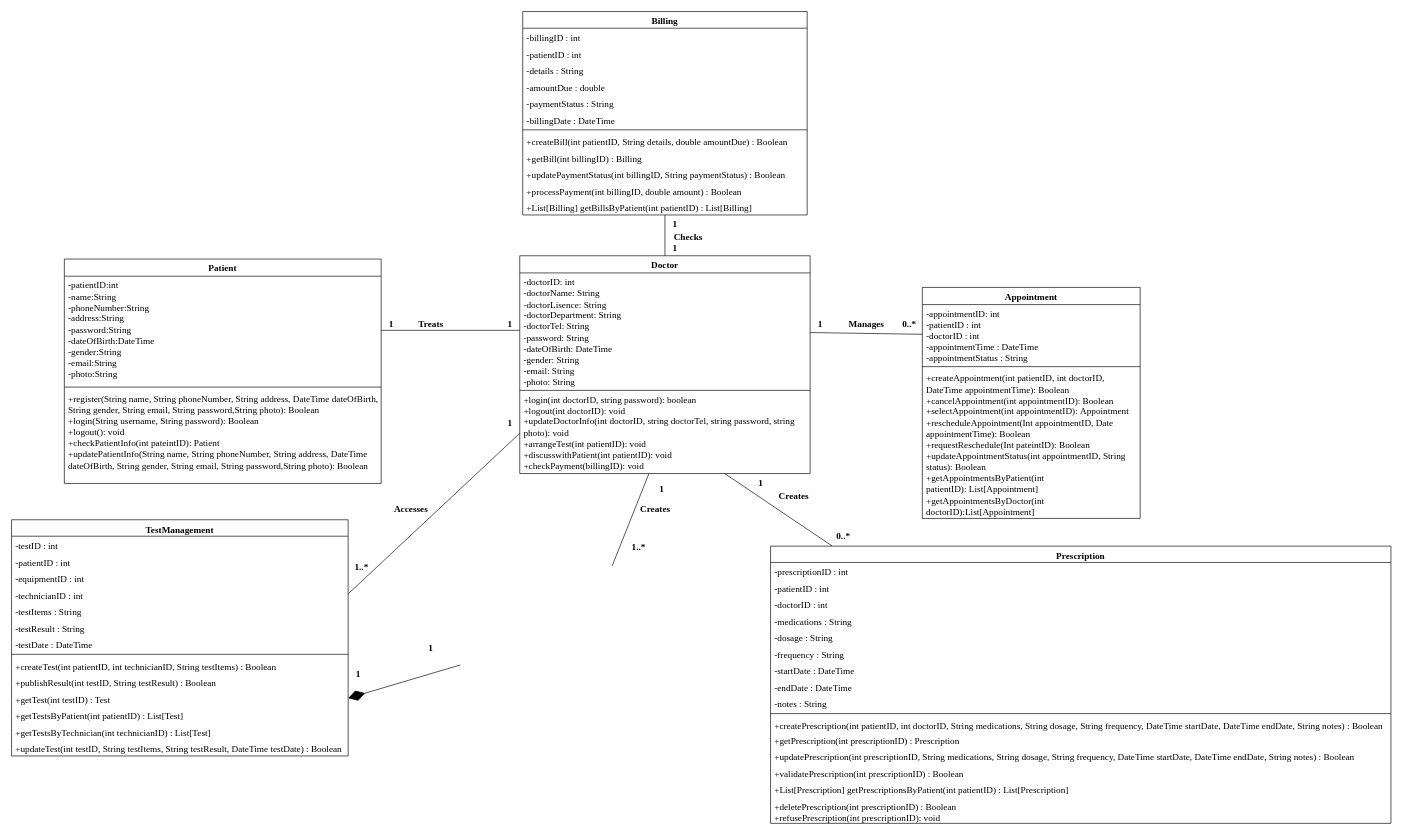
Earlier version of the draw.io diagram Class Diagram_Doctor.drawio (FOMOKN/Software-Engineering). Source tidied: cells renumbered, new cells numbered last; positions are measured from the earlier drawing's top-left corner, leaving out a move shared by most shapes. Both pictures are drawn from the tidied source at 66%, with x=0, y=0 at pixel (11, 11).
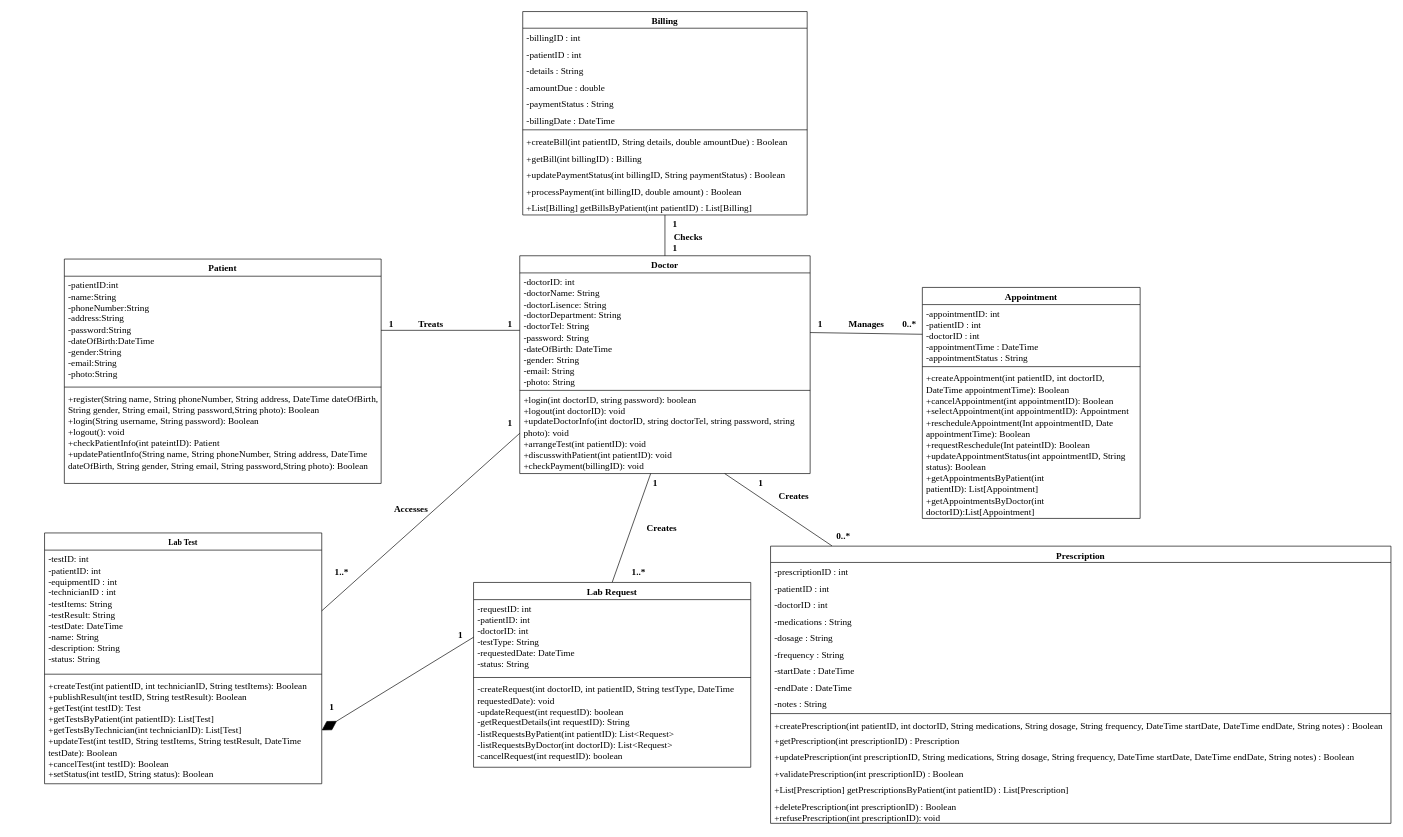
The same diagram, later.

The change refers to these unchanged cells:
```xml
<mxCell id="49" value="+login(int&amp;nbsp;doctorID, string&amp;nbsp;password):&amp;nbsp;boolean&lt;br&gt;+logout(int doctorID):&amp;nbsp;void&lt;br style=&quot;font-size: 14px;&quot;&gt;+updateDoctorInfo(int doctorID, string doctorTel, string password, string photo):&amp;nbsp;void&lt;br style=&quot;font-size: 14px;&quot;&gt;+arrangeTest(int patientID):&amp;nbsp;void&lt;br&gt;+discusswithPatient(int patientID): void&lt;br&gt;+checkPayment(billingID): void" style="text;strokeColor=none;fillColor=none;align=left;verticalAlign=middle;spacingLeft=4;spacingRight=4;overflow=hidden;points=[[0,0.5],[1,0.5]];portConstraint=eastwest;whiteSpace=wrap;html=1;fontSize=14;fontFamily=Times New Roman;" parent="46" vertex="1">
  <mxGeometry y="208" width="440" height="122" as="geometry" />
</mxCell>
```

The edit, as a diff of the source:
```diff
@@
-    <mxCell id="4" style="endArrow=none;html=1;rounded=0;" parent="1" edge="1" source="49">
-      <mxGeometry relative="1" as="geometry">
-        <mxPoint x="910" y="840" as="targetPoint" />
-      </mxGeometry>
+    <mxCell id="4" style="endArrow=none;html=1;rounded=0;entryX=0.5;entryY=0;entryDx=0;entryDy=0;" parent="1" edge="1" source="49" target="86">
+      <mxGeometry relative="1" as="geometry" />
     </mxCell>
@@
-    <mxCell id="10" style="endArrow=none;html=1;rounded=0;entryX=0;entryY=0.5;entryDx=0;entryDy=0;exitX=1;exitY=0.5;exitDx=0;exitDy=0;" parent="1" edge="1" source="58" target="49">
+    <mxCell id="10" style="endArrow=none;html=1;rounded=0;entryX=0;entryY=0.5;entryDx=0;entryDy=0;exitX=1;exitY=0.5;exitDx=0;exitDy=0;" parent="1" edge="1" source="91" target="49">
       <mxGeometry relative="1" as="geometry" />
     </mxCell>
@@
     <mxCell id="13" value="&lt;b&gt;&lt;font face=&quot;Times New Roman&quot; style=&quot;font-size: 14px;&quot;&gt;Creates&lt;/font&gt;&lt;/b&gt;" style="text;html=1;align=center;verticalAlign=middle;strokeColor=none;fillColor=none;" parent="1" vertex="1">
-      <mxGeometry x="940" y="740" width="70" height="30" as="geometry" />
+      <mxGeometry x="950" y="768" width="70" height="30" as="geometry" />
     </mxCell>
@@
     <mxCell id="16" value="1" style="text;html=1;align=center;verticalAlign=middle;strokeColor=none;fillColor=none;fontFamily=Times New Roman;fontStyle=1;fontSize=14;" parent="1" vertex="1">
-      <mxGeometry x="970" y="710" width="30" height="30" as="geometry" />
+      <mxGeometry x="960" y="700" width="30" height="30" as="geometry" />
     </mxCell>
     <mxCell id="17" value="1..*" style="text;html=1;align=center;verticalAlign=middle;strokeColor=none;fillColor=none;fontFamily=Times New Roman;fontStyle=1;fontSize=14;" parent="1" vertex="1">
-      <mxGeometry x="930" y="798" width="40" height="30" as="geometry" />
+      <mxGeometry x="930" y="835" width="40" height="30" as="geometry" />
     </mxCell>
@@
     <mxCell id="19" value="1..*" style="text;html=1;align=center;verticalAlign=middle;strokeColor=none;fillColor=none;fontFamily=Times New Roman;fontStyle=1;fontSize=14;" parent="1" vertex="1">
-      <mxGeometry x="510" y="828" width="40" height="30" as="geometry" />
+      <mxGeometry x="480" y="835" width="40" height="30" as="geometry" />
     </mxCell>
-    <mxCell id="20" style="endArrow=diamondThin;endFill=1;endSize=24;html=1;rounded=0;entryX=1;entryY=0.5;entryDx=0;entryDy=0;" parent="1" edge="1" target="65">
-      <mxGeometry relative="1" as="geometry">
-        <mxPoint x="680" y="990" as="sourcePoint" />
-      </mxGeometry>
+    <mxCell id="20" style="endArrow=diamondThin;endFill=1;endSize=24;html=1;rounded=0;entryX=1;entryY=0.5;entryDx=0;entryDy=0;exitX=0;exitY=0.5;exitDx=0;exitDy=0;" parent="1" edge="1" source="87" target="93">
+      <mxGeometry relative="1" as="geometry" />
     </mxCell>
     <mxCell id="21" value="1" style="text;html=1;align=center;verticalAlign=middle;strokeColor=none;fillColor=none;fontFamily=Times New Roman;fontStyle=1;fontSize=14;" parent="1" vertex="1">
-      <mxGeometry x="510" y="990" width="30" height="30" as="geometry" />
+      <mxGeometry x="470" y="1040" width="30" height="30" as="geometry" />
     </mxCell>
     <mxCell id="22" value="1" style="text;html=1;align=center;verticalAlign=middle;strokeColor=none;fillColor=none;fontFamily=Times New Roman;fontStyle=1;fontSize=14;" parent="1" vertex="1">
-      <mxGeometry x="620" y="950" width="30" height="30" as="geometry" />
+      <mxGeometry x="665" y="930" width="30" height="30" as="geometry" />
     </mxCell>
@@
-    <mxCell id="54" value="TestManagement" style="swimlane;fontStyle=1;align=center;verticalAlign=top;horizontal=1;startSize=24.928571428571427;fontFamily=Times New Roman;fontSize=14;" parent="1" vertex="1">
-      <mxGeometry y="770" width="510" height="357.9" as="geometry" />
-    </mxCell>
-    <mxCell id="55" value="-testID : int" style="text;strokeColor=none;fillColor=none;align=left;verticalAlign=top;spacingLeft=4;spacingRight=4;overflow=hidden;fontFamily=Times New Roman;fontSize=14;" parent="54" vertex="1">
-      <mxGeometry y="24.9" width="510" height="25" as="geometry" />
-    </mxCell>
-    <mxCell id="56" value="-patientID : int" style="text;strokeColor=none;fillColor=none;align=left;verticalAlign=top;spacingLeft=4;spacingRight=4;overflow=hidden;fontFamily=Times New Roman;fontSize=14;" parent="54" vertex="1">
-      <mxGeometry y="49.9" width="510" height="25" as="geometry" />
-    </mxCell>
-    <mxCell id="57" value="-equipmentID : int" style="text;strokeColor=none;fillColor=none;align=left;verticalAlign=top;spacingLeft=4;spacingRight=4;overflow=hidden;fontFamily=Times New Roman;fontSize=14;" parent="54" vertex="1">
-      <mxGeometry y="74.9" width="510" height="25" as="geometry" />
-    </mxCell>
-    <mxCell id="58" value="-technicianID : int" style="text;strokeColor=none;fillColor=none;align=left;verticalAlign=top;spacingLeft=4;spacingRight=4;overflow=hidden;points=[[0,0.5],[1,0.5]];portConstraint=eastwest;fontFamily=Times New Roman;fontSize=14;" parent="54" vertex="1">
-      <mxGeometry y="99.9" width="510" height="25" as="geometry" />
-    </mxCell>
-    <mxCell id="59" value="-testItems : String" style="text;strokeColor=none;fillColor=none;align=left;verticalAlign=top;spacingLeft=4;spacingRight=4;overflow=hidden;fontFamily=Times New Roman;fontSize=14;" parent="54" vertex="1">
-      <mxGeometry y="124.9" width="510" height="25" as="geometry" />
-    </mxCell>
-    <mxCell id="60" value="-testResult : String" style="text;strokeColor=none;fillColor=none;align=left;verticalAlign=top;spacingLeft=4;spacingRight=4;overflow=hidden;fontFamily=Times New Roman;fontSize=14;" parent="54" vertex="1">
-      <mxGeometry y="149.9" width="510" height="25" as="geometry" />
-    </mxCell>
-    <mxCell id="61" value="-testDate : DateTime" style="text;strokeColor=none;fillColor=none;align=left;verticalAlign=top;spacingLeft=4;spacingRight=4;overflow=hidden;fontFamily=Times New Roman;fontSize=14;" parent="54" vertex="1">
-      <mxGeometry y="174.9" width="510" height="25" as="geometry" />
-    </mxCell>
-    <mxCell id="62" style="line;strokeWidth=1;fillColor=none;align=left;verticalAlign=middle;spacingTop=-1;spacingLeft=3;spacingRight=3;labelPosition=right;strokeColor=inherit;fontFamily=Times New Roman;fontSize=12;" parent="54" vertex="1">
-      <mxGeometry y="199.9" width="510" height="8" as="geometry" />
-    </mxCell>
-    <mxCell id="63" value="+createTest(int patientID, int technicianID, String testItems) : Boolean" style="text;strokeColor=none;fillColor=none;align=left;verticalAlign=top;spacingLeft=4;spacingRight=4;overflow=hidden;fontFamily=Times New Roman;fontSize=14;" parent="54" vertex="1">
-      <mxGeometry y="207.9" width="510" height="25" as="geometry" />
-    </mxCell>
-    <mxCell id="64" value="+publishResult(int testID, String testResult) : Boolean" style="text;strokeColor=none;fillColor=none;align=left;verticalAlign=top;spacingLeft=4;spacingRight=4;overflow=hidden;fontFamily=Times New Roman;fontSize=14;" parent="54" vertex="1">
-      <mxGeometry y="232.9" width="510" height="25" as="geometry" />
-    </mxCell>
-    <mxCell id="65" value="+getTest(int testID) : Test" style="text;strokeColor=none;fillColor=none;align=left;verticalAlign=top;spacingLeft=4;spacingRight=4;overflow=hidden;points=[[0,0.5],[1,0.5]];portConstraint=eastwest;fontFamily=Times New Roman;fontSize=14;" parent="54" vertex="1">
-      <mxGeometry y="257.9" width="510" height="25" as="geometry" />
-    </mxCell>
-    <mxCell id="66" value="+getTestsByPatient(int patientID) : List[Test]" style="text;strokeColor=none;fillColor=none;align=left;verticalAlign=top;spacingLeft=4;spacingRight=4;overflow=hidden;fontFamily=Times New Roman;fontSize=14;" parent="54" vertex="1">
-      <mxGeometry y="282.9" width="510" height="25" as="geometry" />
-    </mxCell>
-    <mxCell id="67" value="+getTestsByTechnician(int technicianID) : List[Test]" style="text;strokeColor=none;fillColor=none;align=left;verticalAlign=top;spacingLeft=4;spacingRight=4;overflow=hidden;fontFamily=Times New Roman;fontSize=14;" parent="54" vertex="1">
-      <mxGeometry y="307.9" width="510" height="25" as="geometry" />
-    </mxCell>
-    <mxCell id="68" value="+updateTest(int testID, String testItems, String testResult, DateTime testDate) : Boolean" style="text;strokeColor=none;fillColor=none;align=left;verticalAlign=top;spacingLeft=4;spacingRight=4;overflow=hidden;fontFamily=Times New Roman;fontSize=14;" parent="54" vertex="1">
-      <mxGeometry y="332.9" width="510" height="25" as="geometry" />
-    </mxCell>
@@
+    <mxCell id="86" value="&lt;font style=&quot;font-size: 14px;&quot;&gt;Lab Request&lt;/font&gt;" style="swimlane;fontStyle=1;align=center;verticalAlign=top;horizontal=1;startSize=26;whiteSpace=wrap;html=1;fontFamily=Times New Roman;" parent="1" vertex="1">
+      <mxGeometry x="700" y="865" width="420" height="280" as="geometry" />
+    </mxCell>
+    <mxCell id="87" value="-requestID: int&lt;br&gt;-patientID: int&lt;br&gt;-doctorID: int&lt;br style=&quot;border-color: var(--border-color);&quot;&gt;-testType: String&lt;br&gt;-requestedDate: DateTime&lt;br&gt;-status: String" style="text;strokeColor=none;fillColor=none;align=left;verticalAlign=top;spacingLeft=4;spacingRight=4;overflow=hidden;points=[[0,0.5],[1,0.5]];portConstraint=eastwest;whiteSpace=wrap;html=1;fontFamily=Times New Roman;fontSize=14;" parent="86" vertex="1">
+      <mxGeometry y="26" width="420" height="114" as="geometry" />
+    </mxCell>
+    <mxCell id="88" style="line;strokeWidth=1;fillColor=none;align=left;verticalAlign=middle;spacingTop=-1;spacingLeft=3;spacingRight=3;labelPosition=right;strokeColor=inherit;fontFamily=Times New Roman;" parent="86" vertex="1">
+      <mxGeometry y="140" width="420" height="8" as="geometry" />
+    </mxCell>
+    <mxCell id="89" value="-createRequest(int&amp;nbsp;doctorID, int patientID, String testType, DateTime requestedDate): void&lt;br style=&quot;font-size: 14px;&quot;&gt;-updateRequest(int requestID): boolean&lt;br&gt;-getRequestDetails(int requestID): String&lt;br&gt;-listRequestsByPatient(int patientID): List&amp;lt;Request&amp;gt;&lt;br&gt;-listRequestsByDoctor(int&amp;nbsp;doctorID): List&amp;lt;Request&amp;gt;&lt;br&gt;-cancelRequest(int&amp;nbsp;requestID): boolean" style="text;strokeColor=none;fillColor=none;align=left;verticalAlign=top;spacingLeft=4;spacingRight=4;overflow=hidden;whiteSpace=wrap;html=1;fontFamily=Times New Roman;fontSize=14;" parent="86" vertex="1">
+      <mxGeometry y="148" width="420" height="132" as="geometry" />
+    </mxCell>
+    <mxCell id="90" value="Lab Test" style="swimlane;fontStyle=1;align=center;verticalAlign=top;horizontal=1;startSize=26;whiteSpace=wrap;html=1;fontFamily=Times New Roman;" parent="1" vertex="1">
+      <mxGeometry x="50" y="790" width="420" height="380" as="geometry" />
+    </mxCell>
+    <mxCell id="91" value="-testID: int&lt;br style=&quot;font-size: 14px;&quot;&gt;-patientID: int&lt;br&gt;-equipmentID : int&lt;br&gt;-technicianID : int&lt;br&gt;-testItems: String&lt;br style=&quot;font-size: 14px;&quot;&gt;-testResult: String&lt;br&gt;-testDate: DateTime&lt;br&gt;-name:&amp;nbsp;String&lt;br&gt;-description: String&lt;br&gt;-status: String" style="text;strokeColor=none;fillColor=none;align=left;verticalAlign=top;spacingLeft=4;spacingRight=4;overflow=hidden;points=[[0,0.5],[1,0.5]];portConstraint=eastwest;whiteSpace=wrap;html=1;fontFamily=Times New Roman;fontSize=14;" parent="90" vertex="1">
+      <mxGeometry y="26" width="420" height="184" as="geometry" />
+    </mxCell>
+    <mxCell id="92" style="line;strokeWidth=1;fillColor=none;align=left;verticalAlign=middle;spacingTop=-1;spacingLeft=3;spacingRight=3;labelPosition=right;strokeColor=inherit;fontFamily=Times New Roman;" parent="90" vertex="1">
+      <mxGeometry y="210" width="420" height="8" as="geometry" />
+    </mxCell>
+    <mxCell id="93" value="+createTest(int patientID, int technicianID, String testItems): Boolean&lt;br&gt;+publishResult(int testID, String testResult): Boolean&lt;br&gt;+getTest(int testID): Test&lt;br&gt;+getTestsByPatient(int patientID): List[Test]&lt;br&gt;+getTestsByTechnician(int technicianID): List[Test]&lt;br&gt;+updateTest(int testID, String testItems, String testResult, DateTime testDate): Boolean&lt;br&gt;+cancelTest(int testID): Boolean&lt;br&gt;+setStatus(int testID, String status): Boolean&lt;br&gt;" style="text;strokeColor=none;fillColor=none;align=left;verticalAlign=top;spacingLeft=4;spacingRight=4;overflow=hidden;points=[[0,0.5],[1,0.5]];portConstraint=eastwest;whiteSpace=wrap;html=1;fontFamily=Times New Roman;fontSize=14;" parent="90" vertex="1">
+      <mxGeometry y="218" width="420" height="162" as="geometry" />
+    </mxCell>
```
